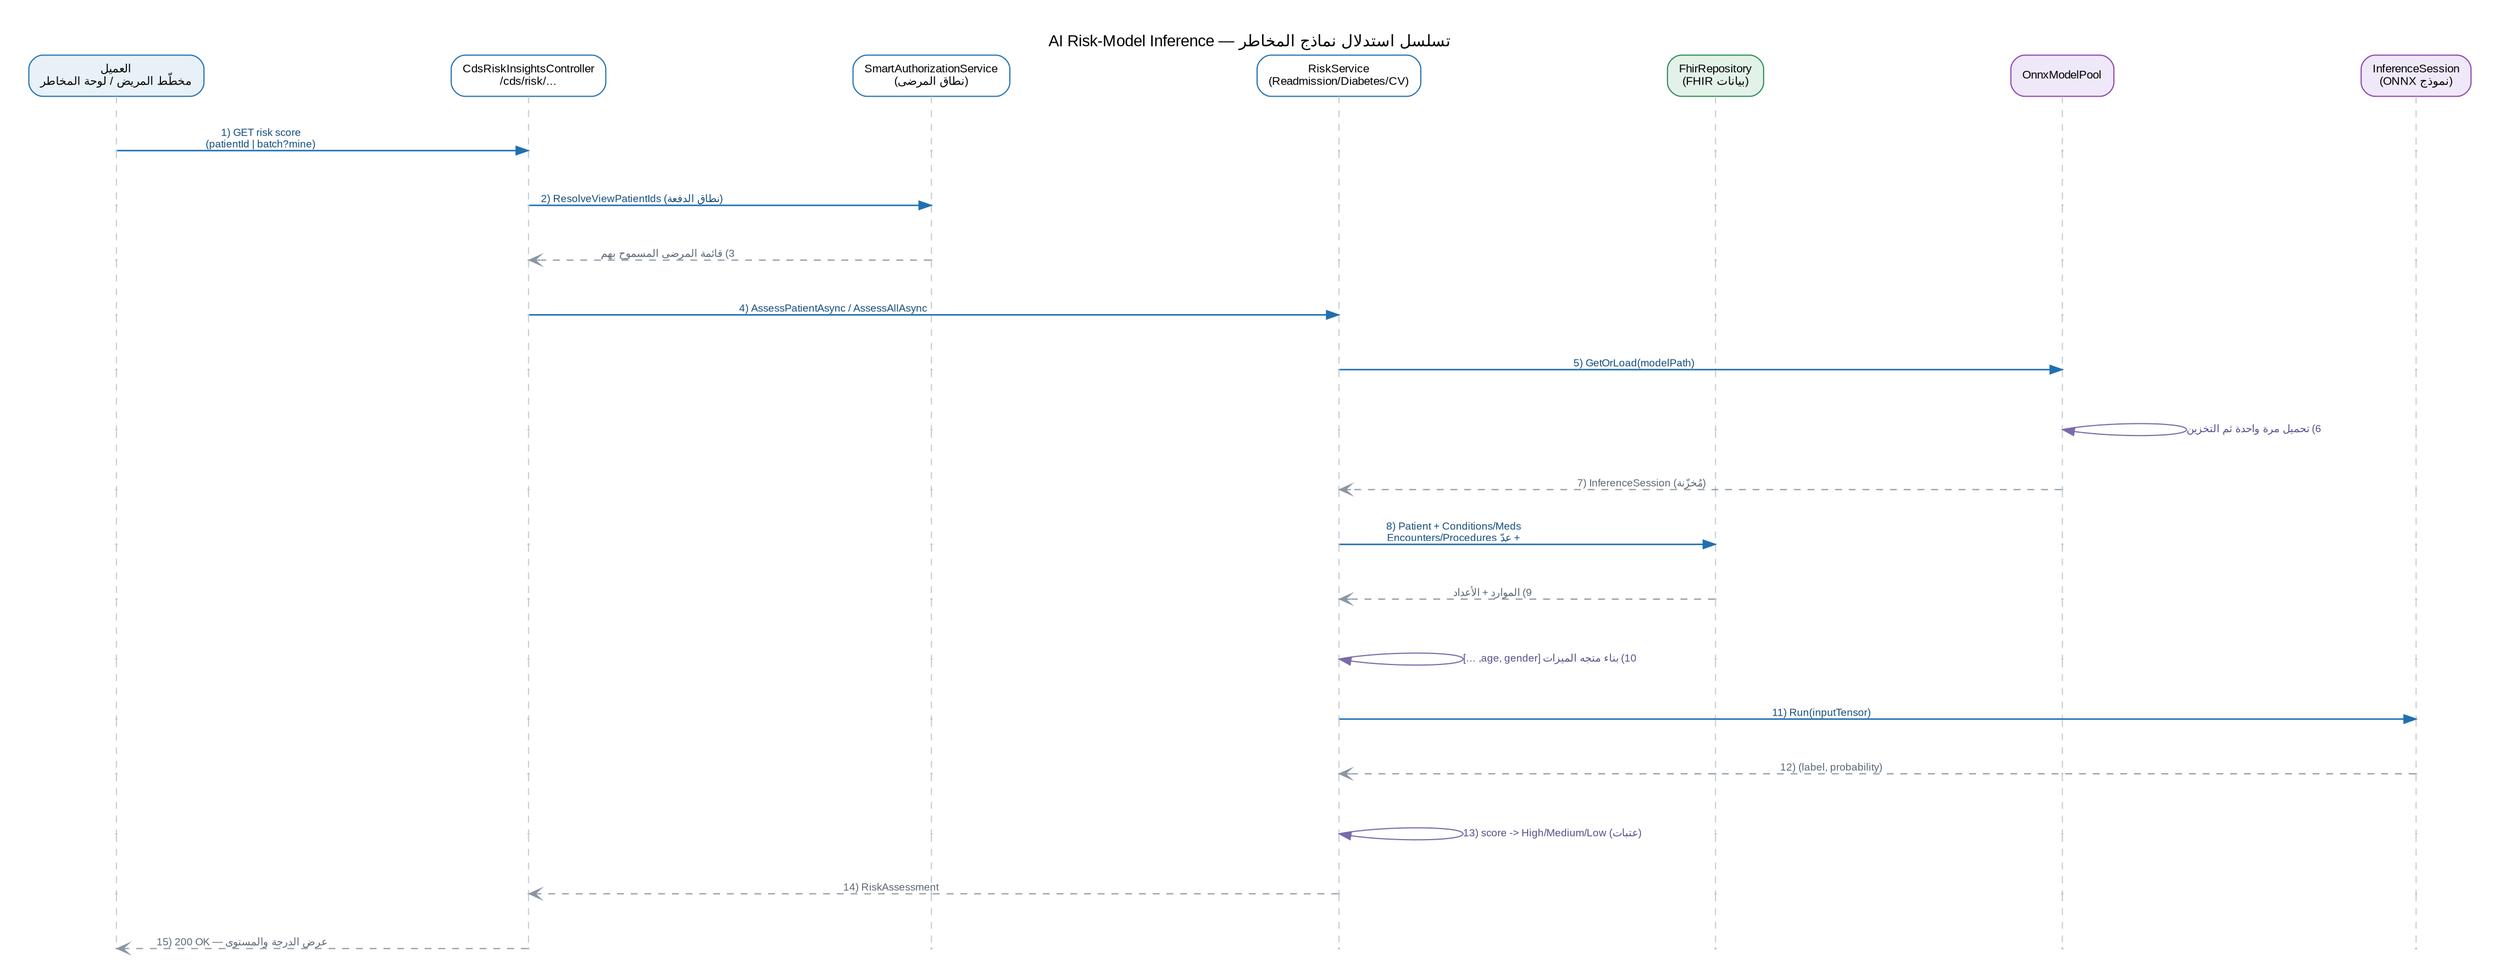
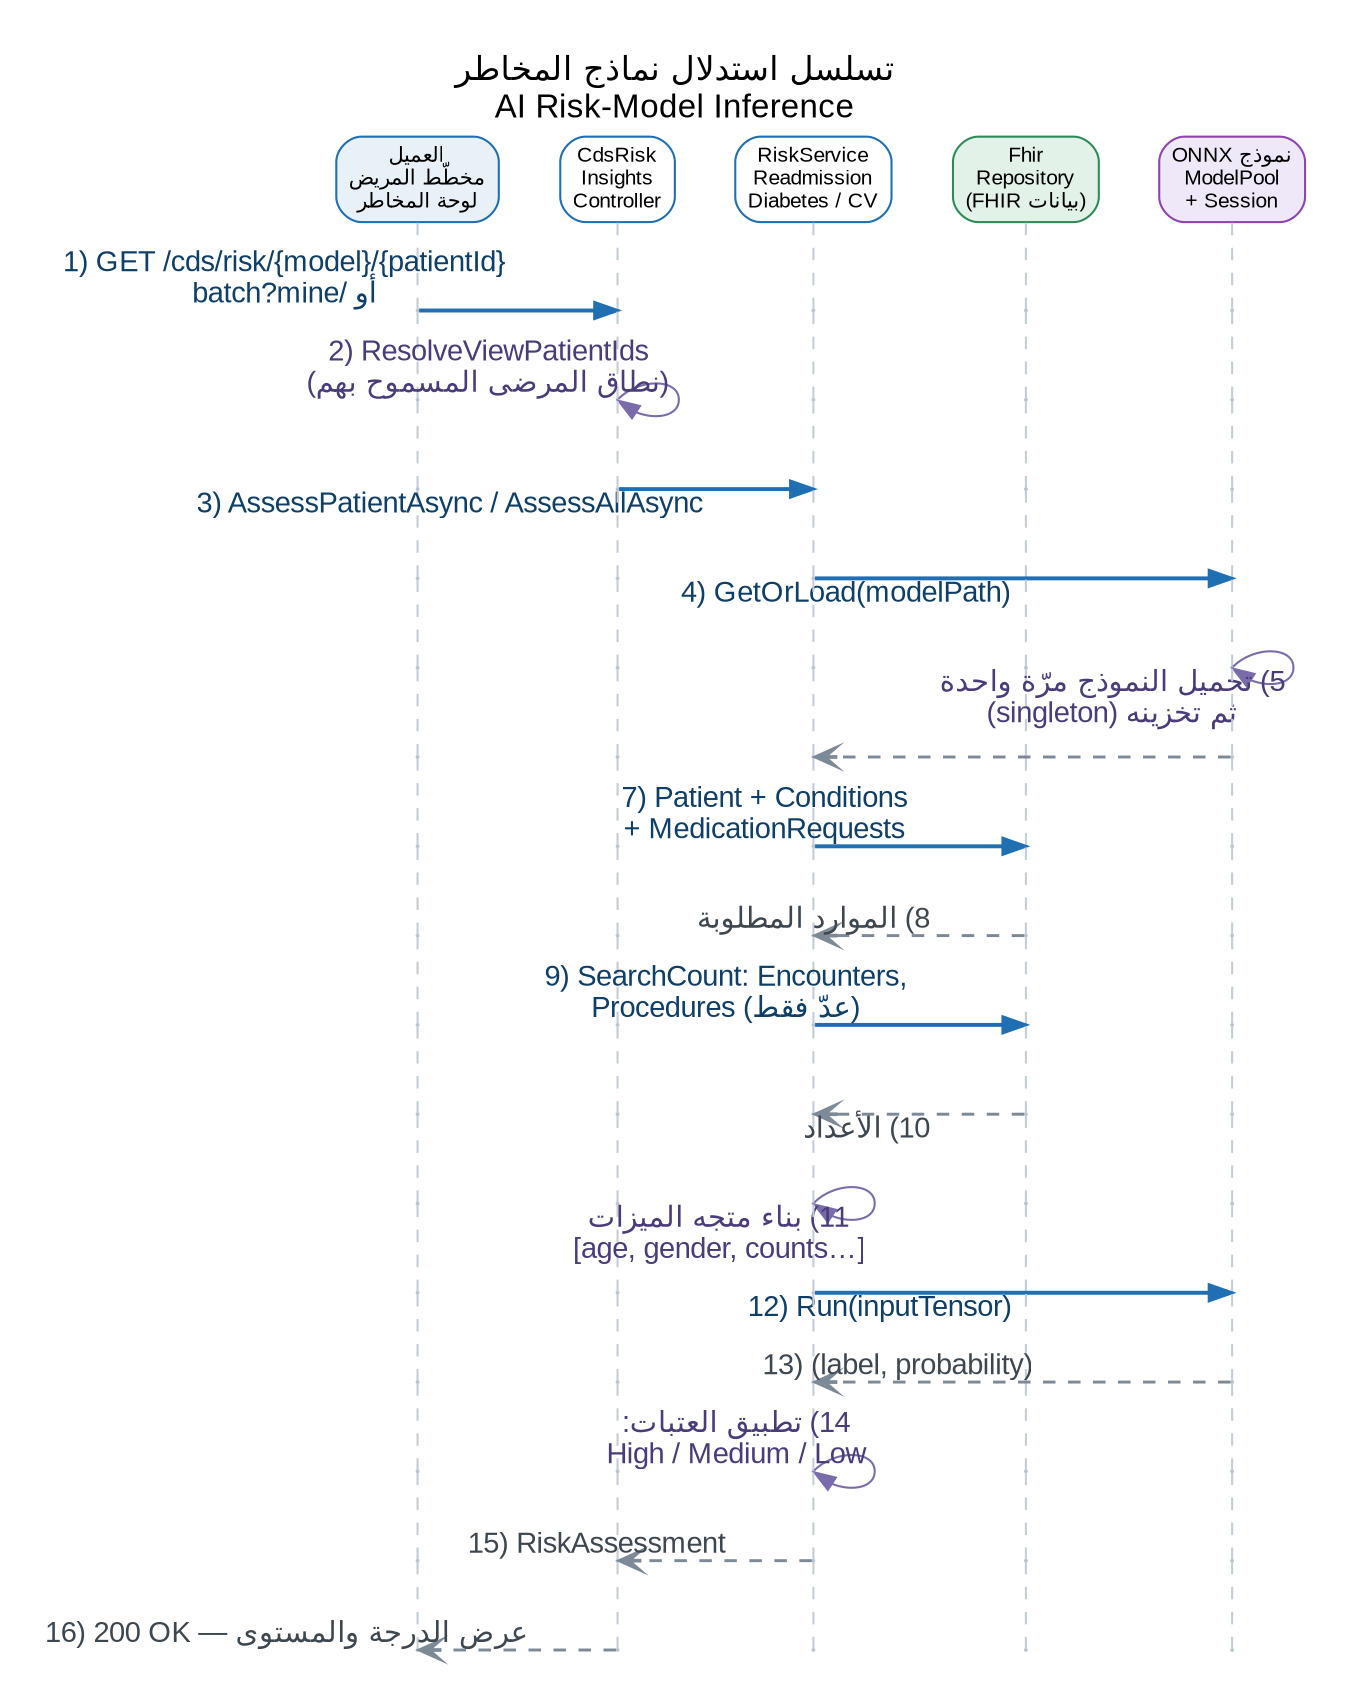
// AUTO-GENERATED sequence diagram — verified against source (see README).
// CdsRiskInsightsController -> RiskService -> OnnxModelPool/InferenceSession; features are FHIR-derived.
- // Render: dot -Tpng seq-risk-inference.dot -o seq-risk-inference.png  &&  dot -Tsvg seq-risk-inference.dot -o seq-risk-inference.svg
+ // SIZED FOR PRINT: placed ~6.27in wide in كتاب المشروع (A4 portrait).
+ // Natural width ~9in => ~9-10pt message text on the page. If you edit this file,
+ // keep the header labels SHORT and the column count at 5 — the header boxes set
+ // the width, and every extra inch of width shrinks the text on the page.
+ // Render: dot -Tsvg seq-risk-inference.dot -o seq-risk-inference.svg  &&  dot -Gdpi=200 -Tpng seq-risk-inference.dot -o seq-risk-inference.png
digraph SEQ {
  rankdir=TB;
-   graph [fontname="Arial", fontsize=14, labelloc="t", label="تسلسل استدلال نماذج المخاطر — AI Risk-Model Inference",
-          pad=0.35, nodesep=1.5, ranksep=0.62, splines=line, forcelabels=true];
-   edge [fontname="Arial", fontsize=9];
+   graph [fontname="Arial", fontsize=16, labelloc="t", label="تسلسل استدلال نماذج المخاطر\nAI Risk-Model Inference",
+          pad=0.3, nodesep=0.40, ranksep=0.58, splines=line, forcelabels=false];
+   edge [fontname="Arial", fontsize=14];
  node [fontname="Arial", fontsize=10];

-   // participants
+   // participants — short labels keep the diagram narrow (see header note)
  { rank=same;
    H_cli [shape=box, style="rounded,filled", fillcolor="#E8F1F8", color="#1F6FB2",
-           fontcolor="black", margin="0.14,0.08", label="العميل\nمخطّط المريض / لوحة المخاطر"];
+           fontcolor="black", margin="0.09,0.06", label="العميل\nمخطّط المريض\nلوحة المخاطر"];
    H_ctl [shape=box, style="rounded,filled", fillcolor="#FFFFFF", color="#1F6FB2",
-           fontcolor="black", margin="0.14,0.08", label="CdsRiskInsightsController\n/cds/risk/..."];
-     H_auth [shape=box, style="rounded,filled", fillcolor="#FFFFFF", color="#1F6FB2",
-           fontcolor="black", margin="0.14,0.08", label="SmartAuthorizationService\n(نطاق المرضى)"];
+           fontcolor="black", margin="0.09,0.06", label="CdsRisk\nInsights\nController"];
    H_svc [shape=box, style="rounded,filled", fillcolor="#FFFFFF", color="#1F6FB2",
-           fontcolor="black", margin="0.14,0.08", label="RiskService\n(Readmission/Diabetes/CV)"];
+           fontcolor="black", margin="0.09,0.06", label="RiskService\nReadmission\nDiabetes / CV"];
    H_fhir [shape=box, style="rounded,filled", fillcolor="#E3F2E9", color="#2E8B57",
-           fontcolor="black", margin="0.14,0.08", label="FhirRepository\n(بيانات FHIR)"];
-     H_pool [shape=box, style="rounded,filled", fillcolor="#EFE8F8", color="#8E44AD",
-           fontcolor="black", margin="0.14,0.08", label="OnnxModelPool"];
+           fontcolor="black", margin="0.09,0.06", label="Fhir\nRepository\n(بيانات FHIR)"];
    H_onnx [shape=box, style="rounded,filled", fillcolor="#EFE8F8", color="#8E44AD",
-           fontcolor="black", margin="0.14,0.08", label="InferenceSession\n(نموذج ONNX)"];
+           fontcolor="black", margin="0.09,0.06", label="نموذج ONNX\nModelPool\n+ Session"];
  }
-   H_cli -> H_ctl -> H_auth -> H_svc -> H_fhir -> H_pool -> H_onnx [style=invis, weight=50];
+   H_cli -> H_ctl -> H_svc -> H_fhir -> H_onnx [style=invis, weight=50];

  // lifeline nodes (invisible points)
  node [shape=point, width=0.012, color="#B9C4CC"];
-   { rank=same; cli_1 ctl_1 auth_1 svc_1 fhir_1 pool_1 onnx_1 }
-   { rank=same; cli_2 ctl_2 auth_2 svc_2 fhir_2 pool_2 onnx_2 }
-   { rank=same; cli_3 ctl_3 auth_3 svc_3 fhir_3 pool_3 onnx_3 }
-   { rank=same; cli_4 ctl_4 auth_4 svc_4 fhir_4 pool_4 onnx_4 }
-   { rank=same; cli_5 ctl_5 auth_5 svc_5 fhir_5 pool_5 onnx_5 }
-   { rank=same; cli_6 ctl_6 auth_6 svc_6 fhir_6 pool_6 onnx_6 }
-   { rank=same; cli_7 ctl_7 auth_7 svc_7 fhir_7 pool_7 onnx_7 }
-   { rank=same; cli_8 ctl_8 auth_8 svc_8 fhir_8 pool_8 onnx_8 }
-   { rank=same; cli_9 ctl_9 auth_9 svc_9 fhir_9 pool_9 onnx_9 }
-   { rank=same; cli_10 ctl_10 auth_10 svc_10 fhir_10 pool_10 onnx_10 }
-   { rank=same; cli_11 ctl_11 auth_11 svc_11 fhir_11 pool_11 onnx_11 }
-   { rank=same; cli_12 ctl_12 auth_12 svc_12 fhir_12 pool_12 onnx_12 }
-   { rank=same; cli_13 ctl_13 auth_13 svc_13 fhir_13 pool_13 onnx_13 }
-   { rank=same; cli_14 ctl_14 auth_14 svc_14 fhir_14 pool_14 onnx_14 }
-   { rank=same; cli_15 ctl_15 auth_15 svc_15 fhir_15 pool_15 onnx_15 }
+   { rank=same; cli_1 ctl_1 svc_1 fhir_1 onnx_1 }
+   { rank=same; cli_2 ctl_2 svc_2 fhir_2 onnx_2 }
+   { rank=same; cli_3 ctl_3 svc_3 fhir_3 onnx_3 }
+   { rank=same; cli_4 ctl_4 svc_4 fhir_4 onnx_4 }
+   { rank=same; cli_5 ctl_5 svc_5 fhir_5 onnx_5 }
+   { rank=same; cli_6 ctl_6 svc_6 fhir_6 onnx_6 }
+   { rank=same; cli_7 ctl_7 svc_7 fhir_7 onnx_7 }
+   { rank=same; cli_8 ctl_8 svc_8 fhir_8 onnx_8 }
+   { rank=same; cli_9 ctl_9 svc_9 fhir_9 onnx_9 }
+   { rank=same; cli_10 ctl_10 svc_10 fhir_10 onnx_10 }
+   { rank=same; cli_11 ctl_11 svc_11 fhir_11 onnx_11 }
+   { rank=same; cli_12 ctl_12 svc_12 fhir_12 onnx_12 }
+   { rank=same; cli_13 ctl_13 svc_13 fhir_13 onnx_13 }
+   { rank=same; cli_14 ctl_14 svc_14 fhir_14 onnx_14 }
+   { rank=same; cli_15 ctl_15 svc_15 fhir_15 onnx_15 }
+   { rank=same; cli_16 ctl_16 svc_16 fhir_16 onnx_16 }

  // lifelines
-   H_cli -> cli_1 -> cli_2 -> cli_3 -> cli_4 -> cli_5 -> cli_6 -> cli_7 -> cli_8 -> cli_9 -> cli_10 -> cli_11 -> cli_12 -> cli_13 -> cli_14 -> cli_15 [style=dashed, color="#C4CDD5", arrowhead=none, weight=100];
-   H_ctl -> ctl_1 -> ctl_2 -> ctl_3 -> ctl_4 -> ctl_5 -> ctl_6 -> ctl_7 -> ctl_8 -> ctl_9 -> ctl_10 -> ctl_11 -> ctl_12 -> ctl_13 -> ctl_14 -> ctl_15 [style=dashed, color="#C4CDD5", arrowhead=none, weight=100];
-   H_auth -> auth_1 -> auth_2 -> auth_3 -> auth_4 -> auth_5 -> auth_6 -> auth_7 -> auth_8 -> auth_9 -> auth_10 -> auth_11 -> auth_12 -> auth_13 -> auth_14 -> auth_15 [style=dashed, color="#C4CDD5", arrowhead=none, weight=100];
-   H_svc -> svc_1 -> svc_2 -> svc_3 -> svc_4 -> svc_5 -> svc_6 -> svc_7 -> svc_8 -> svc_9 -> svc_10 -> svc_11 -> svc_12 -> svc_13 -> svc_14 -> svc_15 [style=dashed, color="#C4CDD5", arrowhead=none, weight=100];
-   H_fhir -> fhir_1 -> fhir_2 -> fhir_3 -> fhir_4 -> fhir_5 -> fhir_6 -> fhir_7 -> fhir_8 -> fhir_9 -> fhir_10 -> fhir_11 -> fhir_12 -> fhir_13 -> fhir_14 -> fhir_15 [style=dashed, color="#C4CDD5", arrowhead=none, weight=100];
-   H_pool -> pool_1 -> pool_2 -> pool_3 -> pool_4 -> pool_5 -> pool_6 -> pool_7 -> pool_8 -> pool_9 -> pool_10 -> pool_11 -> pool_12 -> pool_13 -> pool_14 -> pool_15 [style=dashed, color="#C4CDD5", arrowhead=none, weight=100];
-   H_onnx -> onnx_1 -> onnx_2 -> onnx_3 -> onnx_4 -> onnx_5 -> onnx_6 -> onnx_7 -> onnx_8 -> onnx_9 -> onnx_10 -> onnx_11 -> onnx_12 -> onnx_13 -> onnx_14 -> onnx_15 [style=dashed, color="#C4CDD5", arrowhead=none, weight=100];
+   H_cli -> cli_1 -> cli_2 -> cli_3 -> cli_4 -> cli_5 -> cli_6 -> cli_7 -> cli_8 -> cli_9 -> cli_10 -> cli_11 -> cli_12 -> cli_13 -> cli_14 -> cli_15 -> cli_16 [style=dashed, color="#C4CDD5", arrowhead=none, weight=100];
+   H_ctl -> ctl_1 -> ctl_2 -> ctl_3 -> ctl_4 -> ctl_5 -> ctl_6 -> ctl_7 -> ctl_8 -> ctl_9 -> ctl_10 -> ctl_11 -> ctl_12 -> ctl_13 -> ctl_14 -> ctl_15 -> ctl_16 [style=dashed, color="#C4CDD5", arrowhead=none, weight=100];
+   H_svc -> svc_1 -> svc_2 -> svc_3 -> svc_4 -> svc_5 -> svc_6 -> svc_7 -> svc_8 -> svc_9 -> svc_10 -> svc_11 -> svc_12 -> svc_13 -> svc_14 -> svc_15 -> svc_16 [style=dashed, color="#C4CDD5", arrowhead=none, weight=100];
+   H_fhir -> fhir_1 -> fhir_2 -> fhir_3 -> fhir_4 -> fhir_5 -> fhir_6 -> fhir_7 -> fhir_8 -> fhir_9 -> fhir_10 -> fhir_11 -> fhir_12 -> fhir_13 -> fhir_14 -> fhir_15 -> fhir_16 [style=dashed, color="#C4CDD5", arrowhead=none, weight=100];
+   H_onnx -> onnx_1 -> onnx_2 -> onnx_3 -> onnx_4 -> onnx_5 -> onnx_6 -> onnx_7 -> onnx_8 -> onnx_9 -> onnx_10 -> onnx_11 -> onnx_12 -> onnx_13 -> onnx_14 -> onnx_15 -> onnx_16 [style=dashed, color="#C4CDD5", arrowhead=none, weight=100];

  // messages
-   cli_1 -> ctl_1 [xlabel="1) GET risk score\n(patientId | batch?mine)", constraint=false, color="#1F6FB2", fontcolor="#154D7C", penwidth=1.3];
-   ctl_2 -> auth_2 [xlabel="2) ResolveViewPatientIds (نطاق الدفعة)", constraint=false, color="#1F6FB2", fontcolor="#154D7C", penwidth=1.3];
-   auth_3 -> ctl_3 [xlabel="3) قائمة المرضى المسموح بهم", constraint=false, style=dashed, color="#8A97A3", fontcolor="#5C6773", arrowhead=vee];
-   ctl_4 -> svc_4 [xlabel="4) AssessPatientAsync / AssessAllAsync", constraint=false, color="#1F6FB2", fontcolor="#154D7C", penwidth=1.3];
-   svc_5 -> pool_5 [xlabel="5) GetOrLoad(modelPath)", constraint=false, color="#1F6FB2", fontcolor="#154D7C", penwidth=1.3];
-   pool_6 -> pool_6 [label="6) تحميل مرة واحدة ثم التخزين", constraint=false, color="#7A6BAA", fontcolor="#5B4C8A"];
-   pool_7 -> svc_7 [xlabel="7) InferenceSession (مُخزّنة)", constraint=false, style=dashed, color="#8A97A3", fontcolor="#5C6773", arrowhead=vee];
-   svc_8 -> fhir_8 [xlabel="8) Patient + Conditions/Meds\n+ عدّ Encounters/Procedures", constraint=false, color="#1F6FB2", fontcolor="#154D7C", penwidth=1.3];
-   fhir_9 -> svc_9 [xlabel="9) الموارد + الأعداد", constraint=false, style=dashed, color="#8A97A3", fontcolor="#5C6773", arrowhead=vee];
-   svc_10 -> svc_10 [label="10) بناء متجه الميزات [age, gender, …]", constraint=false, color="#7A6BAA", fontcolor="#5B4C8A"];
-   svc_11 -> onnx_11 [xlabel="11) Run(inputTensor)", constraint=false, color="#1F6FB2", fontcolor="#154D7C", penwidth=1.3];
-   onnx_12 -> svc_12 [xlabel="12) (label, probability)", constraint=false, style=dashed, color="#8A97A3", fontcolor="#5C6773", arrowhead=vee];
-   svc_13 -> svc_13 [label="13) score -> High/Medium/Low (عتبات)", constraint=false, color="#7A6BAA", fontcolor="#5B4C8A"];
-   svc_14 -> ctl_14 [xlabel="14) RiskAssessment", constraint=false, style=dashed, color="#8A97A3", fontcolor="#5C6773", arrowhead=vee];
-   ctl_15 -> cli_15 [xlabel="15) 200 OK — عرض الدرجة والمستوى", constraint=false, style=dashed, color="#8A97A3", fontcolor="#5C6773", arrowhead=vee];
+   cli_1 -> ctl_1 [xlabel="1) GET /cds/risk/{model}/{patientId}\nأو /batch?mine", constraint=false, color="#1F6FB2", fontcolor="#0F3E66", penwidth=1.9];
+   ctl_2 -> ctl_2 [xlabel="2) ResolveViewPatientIds\n(نطاق المرضى المسموح بهم)", constraint=false, color="#7A6BAA", fontcolor="#4A3C78"];
+   ctl_3 -> svc_3 [xlabel="3) AssessPatientAsync / AssessAllAsync", constraint=false, color="#1F6FB2", fontcolor="#0F3E66", penwidth=1.9];
+   svc_4 -> onnx_4 [xlabel="4) GetOrLoad(modelPath)", constraint=false, color="#1F6FB2", fontcolor="#0F3E66", penwidth=1.9];
+   onnx_5 -> onnx_5 [xlabel="5) تحميل النموذج مرّة واحدة\nثم تخزينه (singleton)", constraint=false, color="#7A6BAA", fontcolor="#4A3C78"];
+   onnx_6 -> svc_6 [xlabel="6) InferenceSession (مُخزّنة)", constraint=false, style=dashed, color="#7C8996", fontcolor="#3D4750", arrowhead=vee, penwidth=1.4];
+   svc_7 -> fhir_7 [xlabel="7) Patient + Conditions\n+ MedicationRequests", constraint=false, color="#1F6FB2", fontcolor="#0F3E66", penwidth=1.9];
+   fhir_8 -> svc_8 [xlabel="8) الموارد المطلوبة", constraint=false, style=dashed, color="#7C8996", fontcolor="#3D4750", arrowhead=vee, penwidth=1.4];
+   svc_9 -> fhir_9 [xlabel="9) SearchCount: Encounters,\nProcedures (عدّ فقط)", constraint=false, color="#1F6FB2", fontcolor="#0F3E66", penwidth=1.9];
+   fhir_10 -> svc_10 [xlabel="10) الأعداد", constraint=false, style=dashed, color="#7C8996", fontcolor="#3D4750", arrowhead=vee, penwidth=1.4];
+   svc_11 -> svc_11 [xlabel="11) بناء متجه الميزات\n[age, gender, counts…]", constraint=false, color="#7A6BAA", fontcolor="#4A3C78"];
+   svc_12 -> onnx_12 [xlabel="12) Run(inputTensor)", constraint=false, color="#1F6FB2", fontcolor="#0F3E66", penwidth=1.9];
+   onnx_13 -> svc_13 [xlabel="13) (label, probability)", constraint=false, style=dashed, color="#7C8996", fontcolor="#3D4750", arrowhead=vee, penwidth=1.4];
+   svc_14 -> svc_14 [xlabel="14) تطبيق العتبات:\nHigh / Medium / Low", constraint=false, color="#7A6BAA", fontcolor="#4A3C78"];
+   svc_15 -> ctl_15 [xlabel="15) RiskAssessment", constraint=false, style=dashed, color="#7C8996", fontcolor="#3D4750", arrowhead=vee, penwidth=1.4];
+   ctl_16 -> cli_16 [xlabel="16) 200 OK — عرض الدرجة والمستوى", constraint=false, style=dashed, color="#7C8996", fontcolor="#3D4750", arrowhead=vee, penwidth=1.4];
}
